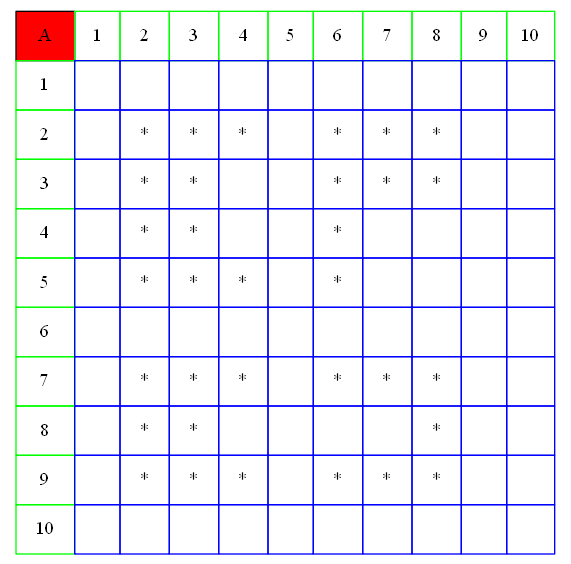
AbidelLux/Proyecto02_1S2021IPC2_JAMES keeps this Graphviz diagram as Resultado.dot.png. Above is the earlier version. Its source is kept beside it as Resultado.dot.
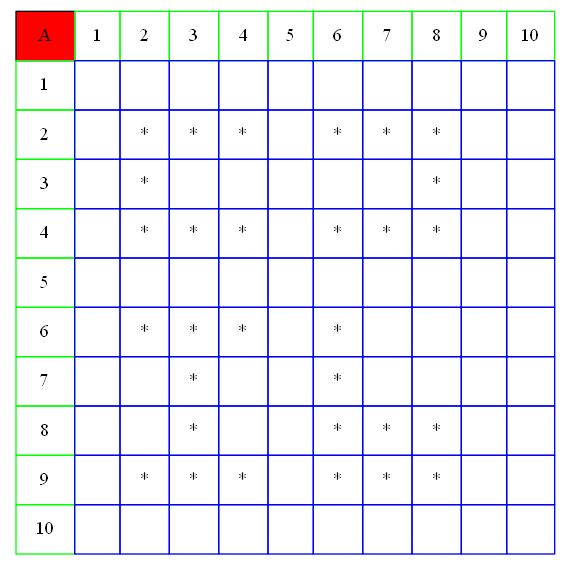
The same diagram one commit later.

The edit, as a diff of the source:
```diff
@@ -8,12 +8,12 @@
 	<tr><td bgcolor = "red" color="black"> A </td><td color="green">1</td><td color="green">2</td><td color="green">3</td><td color="green">4</td><td color="green">5</td><td color="green">6</td><td color="green">7</td><td color="green">8</td><td color="green">9</td><td color="green">10</td></tr>
 			<tr><td color="green"> 1 </td><td color="blue">   </td><td color="blue">   </td><td color="blue">   </td><td color="blue">   </td><td color="blue">   </td><td color="blue">   </td><td color="blue">   </td><td color="blue">   </td><td color="blue">   </td><td color="blue">   </td></tr>
 			<tr><td color="green"> 2 </td><td color="blue">   </td><td color="blue"> * </td><td color="blue"> * </td><td color="blue"> * </td><td color="blue">   </td><td color="blue"> * </td><td color="blue"> * </td><td color="blue"> * </td><td color="blue">   </td><td color="blue">   </td></tr>
-			<tr><td color="green"> 3 </td><td color="blue">   </td><td color="blue"> * </td><td color="blue"> * </td><td color="blue">   </td><td color="blue">   </td><td color="blue"> * </td><td color="blue"> * </td><td color="blue"> * </td><td color="blue">   </td><td color="blue">   </td></tr>
-			<tr><td color="green"> 4 </td><td color="blue">   </td><td color="blue"> * </td><td color="blue"> * </td><td color="blue">   </td><td color="blue">   </td><td color="blue"> * </td><td color="blue">   </td><td color="blue">   </td><td color="blue">   </td><td color="blue">   </td></tr>
-			<tr><td color="green"> 5 </td><td color="blue">   </td><td color="blue"> * </td><td color="blue"> * </td><td color="blue"> * </td><td color="blue">   </td><td color="blue"> * </td><td color="blue">   </td><td color="blue">   </td><td color="blue">   </td><td color="blue">   </td></tr>
-			<tr><td color="green"> 6 </td><td color="blue">   </td><td color="blue">   </td><td color="blue">   </td><td color="blue">   </td><td color="blue">   </td><td color="blue">   </td><td color="blue">   </td><td color="blue">   </td><td color="blue">   </td><td color="blue">   </td></tr>
-			<tr><td color="green"> 7 </td><td color="blue">   </td><td color="blue"> * </td><td color="blue"> * </td><td color="blue"> * </td><td color="blue">   </td><td color="blue"> * </td><td color="blue"> * </td><td color="blue"> * </td><td color="blue">   </td><td color="blue">   </td></tr>
-			<tr><td color="green"> 8 </td><td color="blue">   </td><td color="blue"> * </td><td color="blue"> * </td><td color="blue">   </td><td color="blue">   </td><td color="blue">   </td><td color="blue">   </td><td color="blue"> * </td><td color="blue">   </td><td color="blue">   </td></tr>
+			<tr><td color="green"> 3 </td><td color="blue">   </td><td color="blue"> * </td><td color="blue">   </td><td color="blue">   </td><td color="blue">   </td><td color="blue">   </td><td color="blue">   </td><td color="blue"> * </td><td color="blue">   </td><td color="blue">   </td></tr>
+			<tr><td color="green"> 4 </td><td color="blue">   </td><td color="blue"> * </td><td color="blue"> * </td><td color="blue"> * </td><td color="blue">   </td><td color="blue"> * </td><td color="blue"> * </td><td color="blue"> * </td><td color="blue">   </td><td color="blue">   </td></tr>
+			<tr><td color="green"> 5 </td><td color="blue">   </td><td color="blue">   </td><td color="blue">   </td><td color="blue">   </td><td color="blue">   </td><td color="blue">   </td><td color="blue">   </td><td color="blue">   </td><td color="blue">   </td><td color="blue">   </td></tr>
+			<tr><td color="green"> 6 </td><td color="blue">   </td><td color="blue"> * </td><td color="blue"> * </td><td color="blue"> * </td><td color="blue">   </td><td color="blue"> * </td><td color="blue">   </td><td color="blue">   </td><td color="blue">   </td><td color="blue">   </td></tr>
+			<tr><td color="green"> 7 </td><td color="blue">   </td><td color="blue">   </td><td color="blue"> * </td><td color="blue">   </td><td color="blue">   </td><td color="blue"> * </td><td color="blue">   </td><td color="blue">   </td><td color="blue">   </td><td color="blue">   </td></tr>
+			<tr><td color="green"> 8 </td><td color="blue">   </td><td color="blue">   </td><td color="blue"> * </td><td color="blue">   </td><td color="blue">   </td><td color="blue"> * </td><td color="blue"> * </td><td color="blue"> * </td><td color="blue">   </td><td color="blue">   </td></tr>
 			<tr><td color="green"> 9 </td><td color="blue">   </td><td color="blue"> * </td><td color="blue"> * </td><td color="blue"> * </td><td color="blue">   </td><td color="blue"> * </td><td color="blue"> * </td><td color="blue"> * </td><td color="blue">   </td><td color="blue">   </td></tr>
 			<tr><td color="green"> 10 </td><td color="blue">   </td><td color="blue">   </td><td color="blue">   </td><td color="blue">   </td><td color="blue">   </td><td color="blue">   </td><td color="blue">   </td><td color="blue">   </td><td color="blue">   </td><td color="blue">   </td></tr>
 			</table>
```
